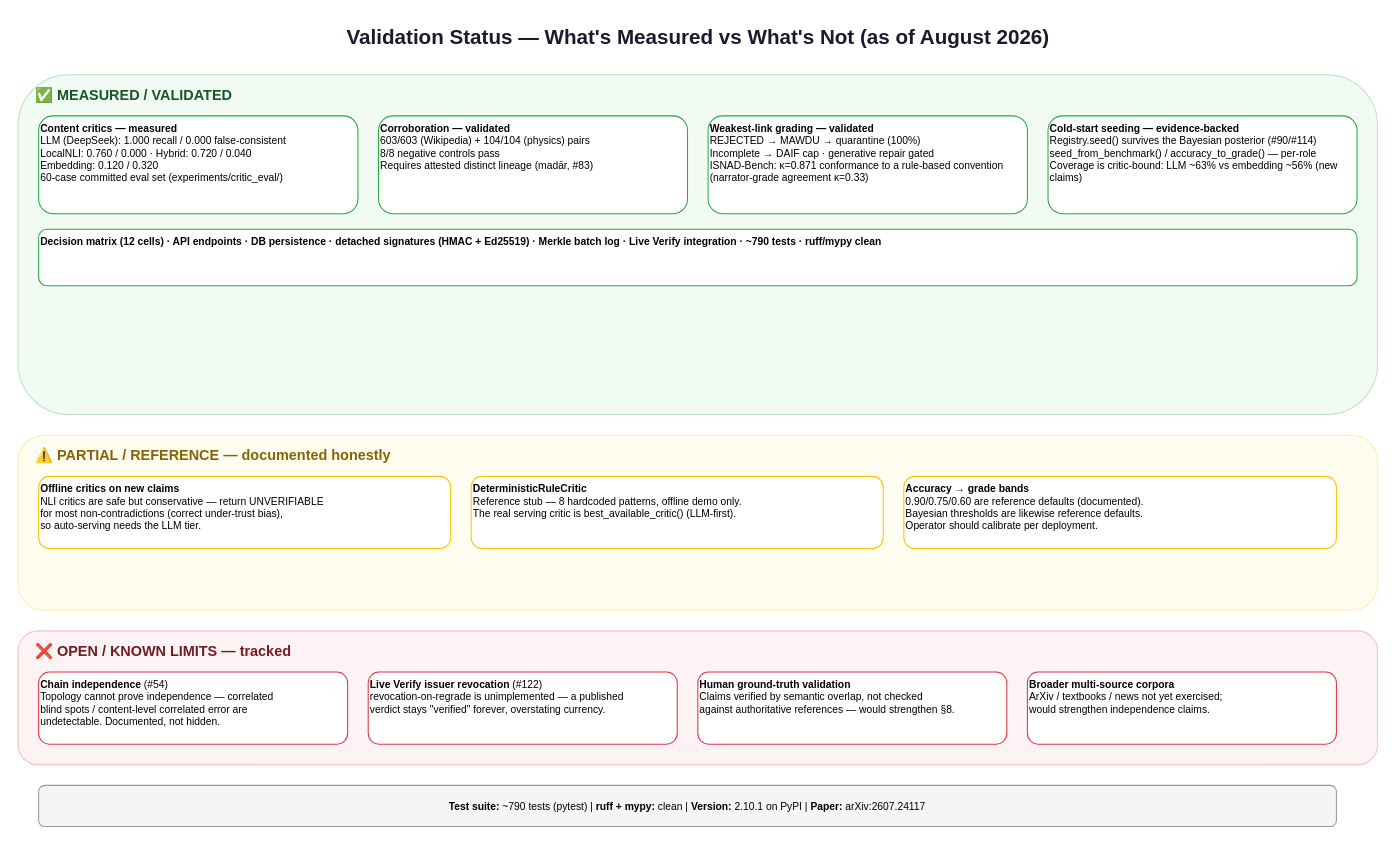
Earlier version of the draw.io diagram page "3. Validation Matrix" (3 of 3) of docs/ARCHITECTURE.drawio (alizahidraja/isnad). Source tidied: cells renumbered, new cells numbered last; positions are measured from the earlier drawing's top-left corner, leaving out a move shared by most shapes. Both pictures are drawn from the tidied source at 103%, with x=0, y=0 at pixel (18, 18).
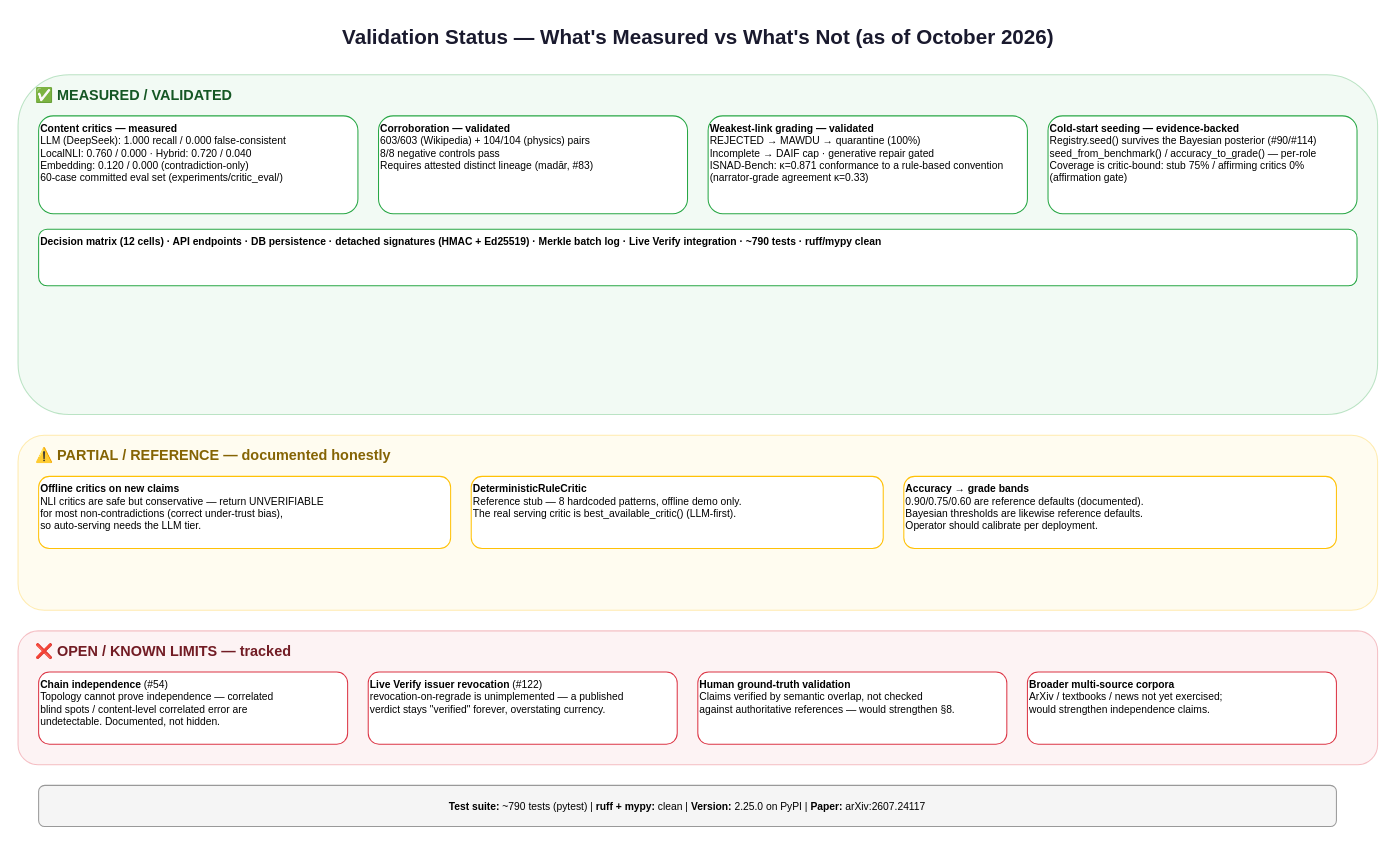
The same page after the edit.

Commit message (it also covers changes not shown here):
docs: finish the paper-v2 straggler sweep

The edit, as a diff of the source:
```diff
@@
-    <mxCell id="2" value="Validation Status — What's Measured vs What's Not (as of August 2026)" style="text;html=1;strokeColor=none;fillColor=none;align=center;verticalAlign=middle;fontSize=20;fontStyle=1;fontColor=#1a1a2e;" parent="1" vertex="1">
+    <mxCell id="2" value="Validation Status — What's Measured vs What's Not (as of October 2026)" style="text;html=1;strokeColor=none;fillColor=none;align=center;verticalAlign=middle;fontSize=20;fontStyle=1;fontColor=#1a1a2e;" parent="1" vertex="1">
       <mxGeometry x="260" width="800" height="35" as="geometry" />
     </mxCell>
@@
-    <mxCell id="5" value="&lt;b&gt;Content critics — measured&lt;/b&gt;&lt;br&gt;LLM (DeepSeek): 1.000 recall / 0.000 false-consistent&lt;br&gt;LocalNLI: 0.760 / 0.000 · Hybrid: 0.720 / 0.040&lt;br&gt;Embedding: 0.120 / 0.320&lt;br&gt;60-case committed eval set (experiments/critic_eval/)" style="rounded=1;whiteSpace=wrap;html=1;fillColor=#ffffff;strokeColor=#28a745;fontSize=10;align=left;verticalAlign=top;" parent="1" vertex="1">
+    <mxCell id="5" value="&lt;b&gt;Content critics — measured&lt;/b&gt;&lt;br&gt;LLM (DeepSeek): 1.000 recall / 0.000 false-consistent&lt;br&gt;LocalNLI: 0.760 / 0.000 · Hybrid: 0.720 / 0.040&lt;br&gt;Embedding: 0.120 / 0.000 (contradiction-only)&lt;br&gt;60-case committed eval set (experiments/critic_eval/)" style="rounded=1;whiteSpace=wrap;html=1;fillColor=#ffffff;strokeColor=#28a745;fontSize=10;align=left;verticalAlign=top;" parent="1" vertex="1">
       <mxGeometry x="20" y="95" width="310" height="95" as="geometry" />
     </mxCell>
@@
-    <mxCell id="8" value="&lt;b&gt;Cold-start seeding — evidence-backed&lt;/b&gt;&lt;br&gt;Registry.seed() survives the Bayesian posterior (#90/#114)&lt;br&gt;seed_from_benchmark() / accuracy_to_grade() — per-role&lt;br&gt;Coverage is critic-bound: LLM ~63% vs embedding ~56% (new claims)" style="rounded=1;whiteSpace=wrap;html=1;fillColor=#ffffff;strokeColor=#28a745;fontSize=10;align=left;verticalAlign=top;" parent="1" vertex="1">
+    <mxCell id="8" value="&lt;b&gt;Cold-start seeding — evidence-backed&lt;/b&gt;&lt;br&gt;Registry.seed() survives the Bayesian posterior (#90/#114)&lt;br&gt;seed_from_benchmark() / accuracy_to_grade() — per-role&lt;br&gt;Coverage is critic-bound: stub 75% / affirming critics 0% (affirmation gate)" style="rounded=1;whiteSpace=wrap;html=1;fillColor=#ffffff;strokeColor=#28a745;fontSize=10;align=left;verticalAlign=top;" parent="1" vertex="1">
       <mxGeometry x="1000" y="95" width="300" height="95" as="geometry" />
     </mxCell>
@@
-    <mxCell id="21" value="&lt;b&gt;Test suite:&lt;/b&gt; ~790 tests (pytest) | &lt;b&gt;ruff + mypy:&lt;/b&gt; clean | &lt;b&gt;Version:&lt;/b&gt; 2.10.1 on PyPI | &lt;b&gt;Paper:&lt;/b&gt; arXiv:2607.24117" style="rounded=1;whiteSpace=wrap;html=1;fillColor=#f5f5f5;strokeColor=#999999;fontSize=10;align=center;" parent="1" vertex="1">
+    <mxCell id="21" value="&lt;b&gt;Test suite:&lt;/b&gt; ~790 tests (pytest) | &lt;b&gt;ruff + mypy:&lt;/b&gt; clean | &lt;b&gt;Version:&lt;/b&gt; 2.25.0 on PyPI | &lt;b&gt;Paper:&lt;/b&gt; arXiv:2607.24117" style="rounded=1;whiteSpace=wrap;html=1;fillColor=#f5f5f5;strokeColor=#999999;fontSize=10;align=center;" parent="1" vertex="1">
       <mxGeometry x="20" y="745" width="1260" height="40" as="geometry" />
     </mxCell>
```
